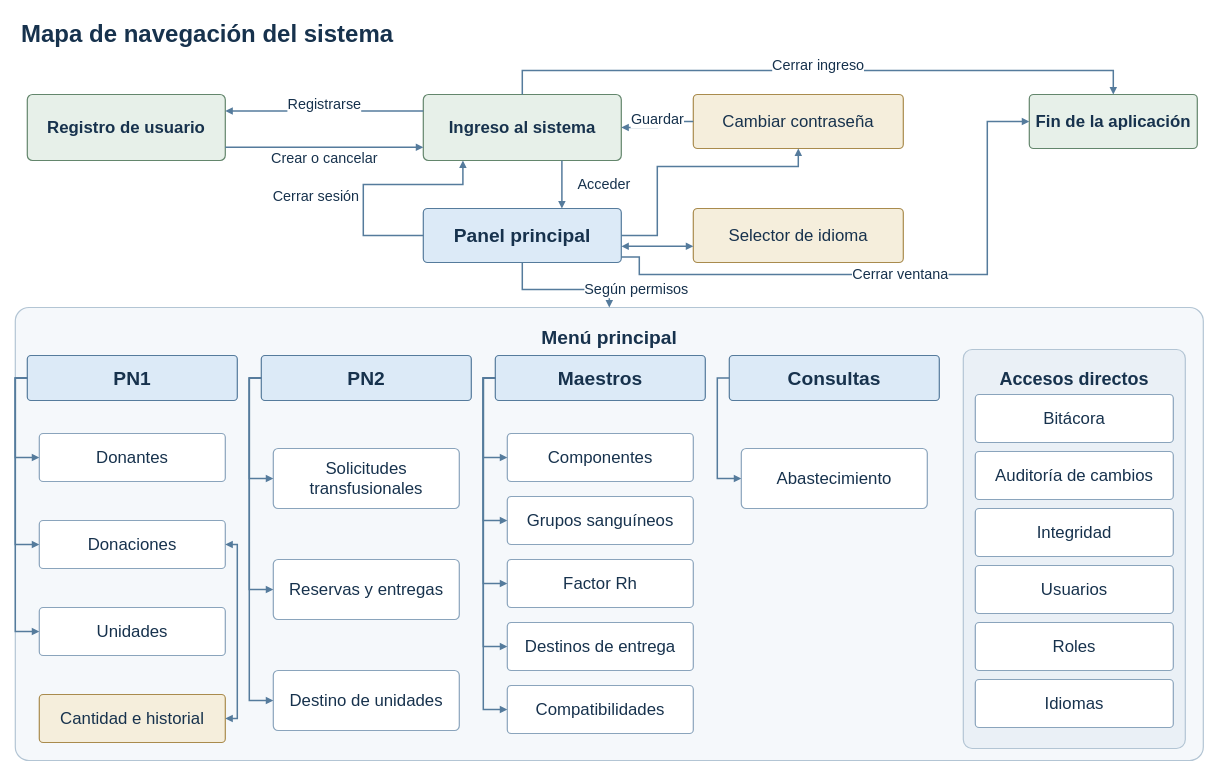
Earlier version of the draw.io diagram Diagramas/Arquitectura/Mapa de navegación.drawio (juanNH/Ingenieria-de-Software). Source tidied: cells renumbered, new cells numbered last; positions are measured from the earlier drawing's top-left corner, leaving out a move shared by most shapes. Both pictures are drawn from the tidied source at 60%, with x=0, y=0 at pixel (15, 10).
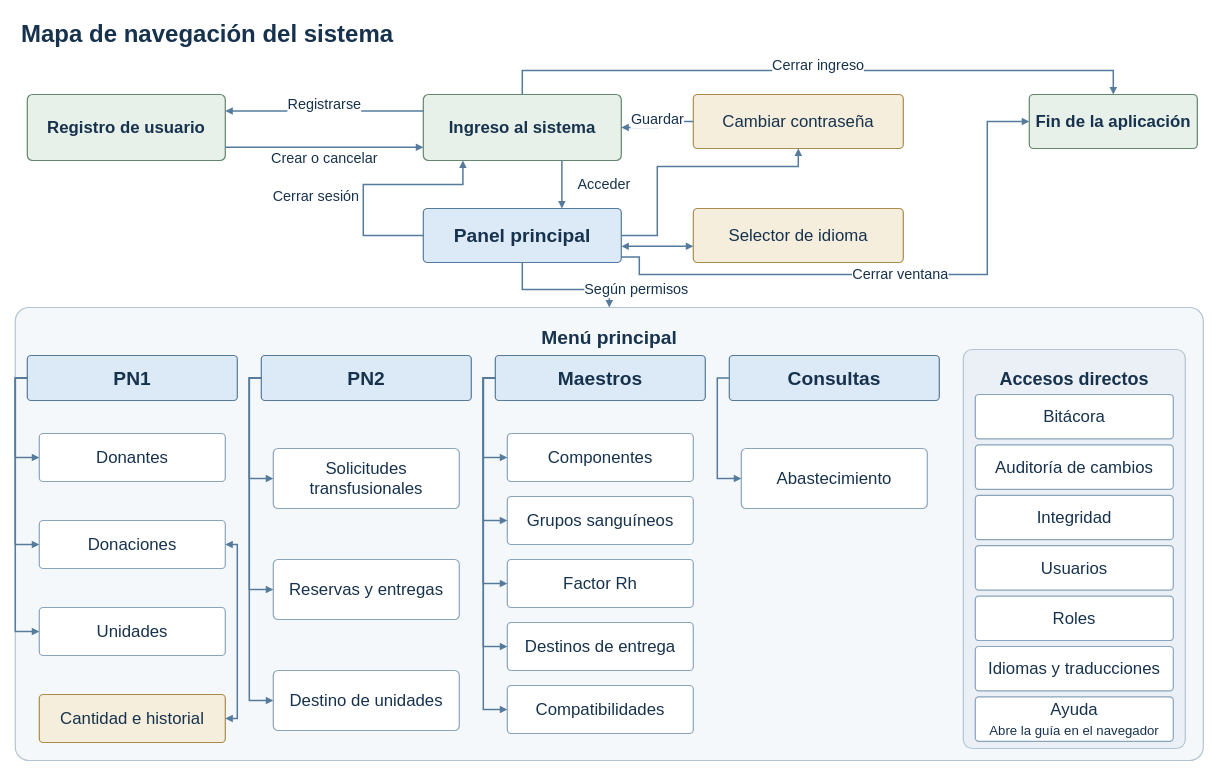
The same diagram, later.

Diff of the diagram source:
```diff
@@
     <mxCell id="48" value="Bitácora" style="whiteSpace=wrap;html=1;fontFamily=Arial;fontSize=28;fontColor=#17324D;strokeWidth=2;align=center;verticalAlign=middle;spacing=10;rounded=1;arcSize=8;fillColor=#FFFFFF;strokeColor=#8AA4BC;" parent="1" vertex="1">
-      <mxGeometry x="1600" y="640" width="330" height="80" as="geometry" />
+      <mxGeometry x="1600" y="640" width="330" height="74" as="geometry" />
     </mxCell>
     <mxCell id="49" value="Auditoría de cambios" style="whiteSpace=wrap;html=1;fontFamily=Arial;fontSize=28;fontColor=#17324D;strokeWidth=2;align=center;verticalAlign=middle;spacing=10;rounded=1;arcSize=8;fillColor=#FFFFFF;strokeColor=#8AA4BC;" parent="1" vertex="1">
-      <mxGeometry x="1600" y="735" width="330" height="80" as="geometry" />
+      <mxGeometry x="1600" y="724" width="330" height="74" as="geometry" />
     </mxCell>
     <mxCell id="50" value="Integridad" style="whiteSpace=wrap;html=1;fontFamily=Arial;fontSize=28;fontColor=#17324D;strokeWidth=2;align=center;verticalAlign=middle;spacing=10;rounded=1;arcSize=8;fillColor=#FFFFFF;strokeColor=#8AA4BC;" parent="1" vertex="1">
-      <mxGeometry x="1600" y="830" width="330" height="80" as="geometry" />
+      <mxGeometry x="1600" y="808" width="330" height="74" as="geometry" />
     </mxCell>
     <mxCell id="51" value="Usuarios" style="whiteSpace=wrap;html=1;fontFamily=Arial;fontSize=28;fontColor=#17324D;strokeWidth=2;align=center;verticalAlign=middle;spacing=10;rounded=1;arcSize=8;fillColor=#FFFFFF;strokeColor=#8AA4BC;" parent="1" vertex="1">
-      <mxGeometry x="1600" y="925" width="330" height="80" as="geometry" />
+      <mxGeometry x="1600" y="892" width="330" height="74" as="geometry" />
     </mxCell>
     <mxCell id="52" value="Roles" style="whiteSpace=wrap;html=1;fontFamily=Arial;fontSize=28;fontColor=#17324D;strokeWidth=2;align=center;verticalAlign=middle;spacing=10;rounded=1;arcSize=8;fillColor=#FFFFFF;strokeColor=#8AA4BC;" parent="1" vertex="1">
-      <mxGeometry x="1600" y="1020" width="330" height="80" as="geometry" />
+      <mxGeometry x="1600" y="976" width="330" height="74" as="geometry" />
     </mxCell>
-    <mxCell id="53" value="Idiomas" style="whiteSpace=wrap;html=1;fontFamily=Arial;fontSize=28;fontColor=#17324D;strokeWidth=2;align=center;verticalAlign=middle;spacing=10;rounded=1;arcSize=8;fillColor=#FFFFFF;strokeColor=#8AA4BC;" parent="1" vertex="1">
-      <mxGeometry x="1600" y="1115" width="330" height="80" as="geometry" />
+    <mxCell id="53" value="Idiomas y traducciones" style="whiteSpace=wrap;html=1;fontFamily=Arial;fontSize=28;fontColor=#17324D;strokeWidth=2;align=center;verticalAlign=middle;spacing=10;rounded=1;arcSize=8;fillColor=#FFFFFF;strokeColor=#8AA4BC;" parent="1" vertex="1">
+      <mxGeometry x="1600" y="1060" width="330" height="74" as="geometry" />
     </mxCell>
+    <mxCell id="57" value="Ayuda&lt;br&gt;&lt;span style=&quot;font-size:22px&quot;&gt;Abre la guía en el navegador&lt;/span&gt;" style="whiteSpace=wrap;html=1;fontFamily=Arial;fontSize=28;fontColor=#17324D;strokeWidth=2;align=center;verticalAlign=middle;spacing=10;rounded=1;arcSize=8;fillColor=#FFFFFF;strokeColor=#8AA4BC;" parent="1" vertex="1">
+      <mxGeometry x="1600" y="1144" width="330" height="74" as="geometry" />
+    </mxCell>
```
